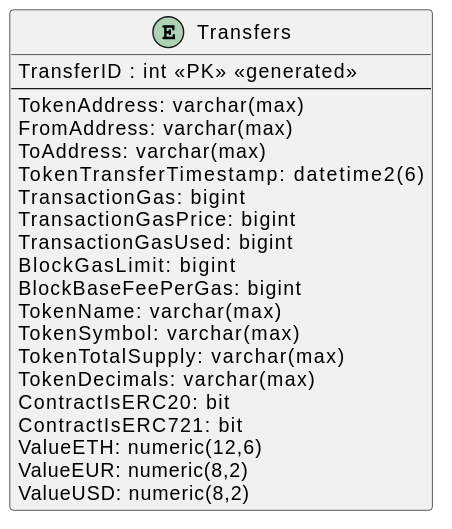
Before: diagrams/DSATable.svg, a diagram exported from PlantUML (8200383/ethereum-chain-analysis-and-data-warehouse-design).
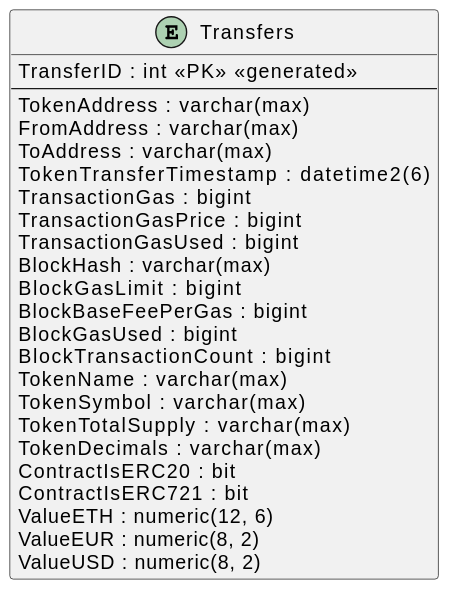
After the change.

Diff of the diagram source:
```diff
@@ -1,24 +1,27 @@
 @startuml
-entity "Transfers" {
+entity "Transfers" as transfers {
 TransferID : int <<PK>> <<generated>>
 --
-   TokenAddress: varchar(max)
-   FromAddress: varchar(max)
-   ToAddress: varchar(max)
-   TokenTransferTimestamp: datetime2(6)
-  TransactionGas: bigint
-   TransactionGasPrice: bigint
-   TransactionGasUsed: bigint
-   BlockGasLimit: bigint
-  BlockBaseFeePerGas: bigint
-   TokenName: varchar(max)
-   TokenSymbol: varchar(max)
-   TokenTotalSupply: varchar(max)
-   TokenDecimals: varchar(max)
-   ContractIsERC20: bit
-   ContractIsERC721: bit
-   ValueETH: numeric(12,6)
-   ValueEUR: numeric(8,2)
-   ValueUSD: numeric(8,2)
+  TokenAddress : varchar(max)
+  FromAddress : varchar(max)
+  ToAddress : varchar(max)
+  TokenTransferTimestamp : datetime2(6)
+  TransactionGas : bigint
+  TransactionGasPrice : bigint
+  TransactionGasUsed : bigint
+  BlockHash : varchar(max)
+  BlockGasLimit : bigint
+  BlockBaseFeePerGas : bigint
+  BlockGasUsed : bigint
+  BlockTransactionCount : bigint
+  TokenName : varchar(max)
+  TokenSymbol : varchar(max)
+  TokenTotalSupply : varchar(max)
+  TokenDecimals : varchar(max)
+  ContractIsERC20 : bit
+  ContractIsERC721 : bit
+  ValueETH : numeric(12, 6)
+  ValueEUR : numeric(8, 2)
+  ValueUSD : numeric(8, 2)
 }
 @enduml
```
